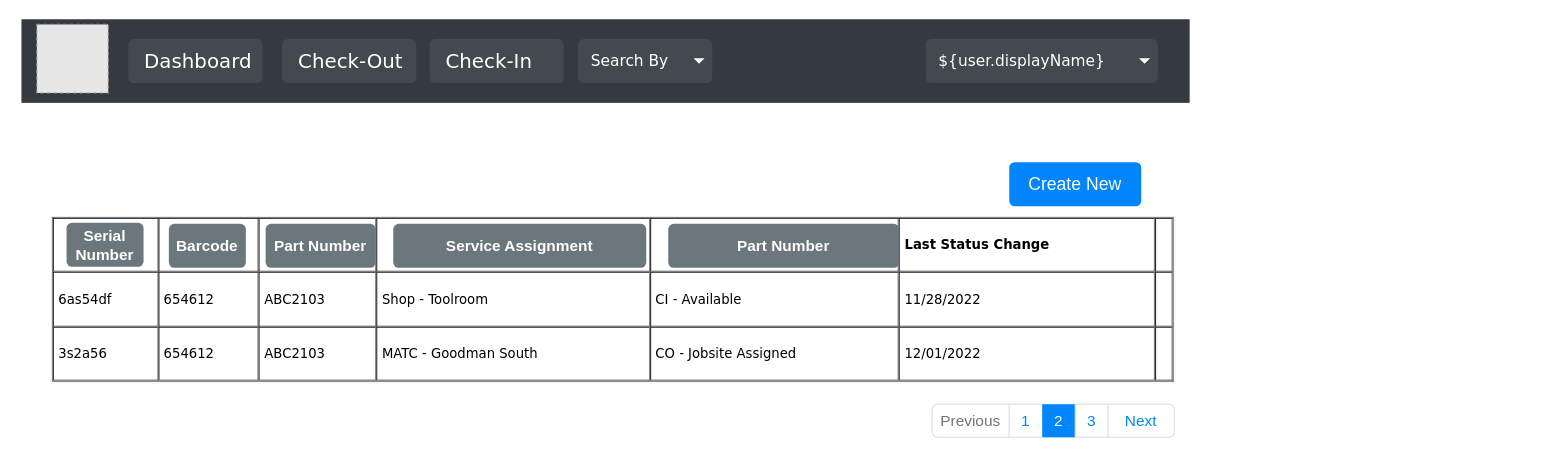
The draw.io diagram page "Dashboard Mockup" (3 of 10) of initialDesign.drawio in DaveLuhman/toolkeeper, before the edit. Source tidied: cells renumbered, new cells numbered last; positions are measured from the earlier drawing's top-left corner, leaving out a move shared by most shapes. Both pictures are drawn from the tidied source at 110%, with x=0, y=0 at pixel (19, 19). Pictures stored in the file or linked from it are replaced by grey dashed boxes.
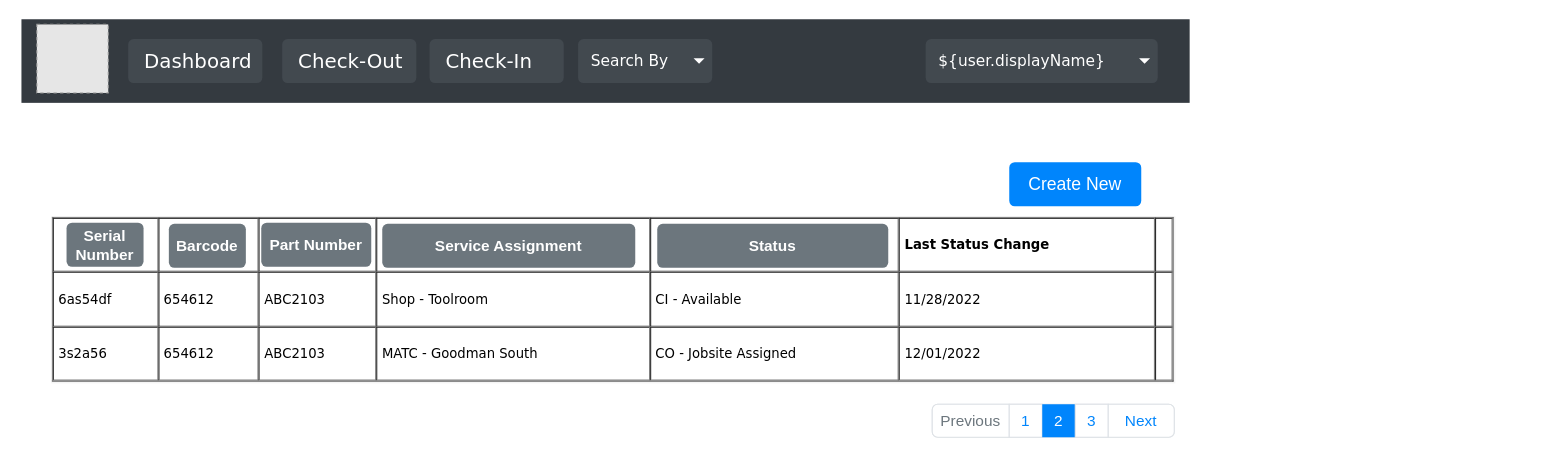
Above is the later version.

The edit, as a diff of the source:
```diff
@@
     <mxCell id="16" value="Part Number" style="html=1;shadow=0;dashed=0;shape=mxgraph.bootstrap.rrect;rSize=5;strokeColor=none;strokeWidth=1;fillColor=#6C767D;fontColor=#FFFFFF;whiteSpace=wrap;align=center;verticalAlign=middle;spacingLeft=0;fontStyle=1;fontSize=14;spacing=5;" parent="1" vertex="1">
-      <mxGeometry x="224" y="186" width="100" height="40" as="geometry" />
+      <mxGeometry x="220" y="185" width="100" height="40" as="geometry" />
     </mxCell>
     <mxCell id="17" value="Service Assignment" style="html=1;shadow=0;dashed=0;shape=mxgraph.bootstrap.rrect;rSize=5;strokeColor=none;strokeWidth=1;fillColor=#6C767D;fontColor=#FFFFFF;whiteSpace=wrap;align=center;verticalAlign=middle;spacingLeft=0;fontStyle=1;fontSize=14;spacing=5;" parent="1" vertex="1">
-      <mxGeometry x="340" y="186" width="230" height="40" as="geometry" />
+      <mxGeometry x="330" y="186" width="230" height="40" as="geometry" />
     </mxCell>
-    <mxCell id="18" value="Part Number" style="html=1;shadow=0;dashed=0;shape=mxgraph.bootstrap.rrect;rSize=5;strokeColor=none;strokeWidth=1;fillColor=#6C767D;fontColor=#FFFFFF;whiteSpace=wrap;align=center;verticalAlign=middle;spacingLeft=0;fontStyle=1;fontSize=14;spacing=5;" parent="1" vertex="1">
-      <mxGeometry x="590" y="186" width="210" height="40" as="geometry" />
+    <mxCell id="18" value="Status" style="html=1;shadow=0;dashed=0;shape=mxgraph.bootstrap.rrect;rSize=5;strokeColor=none;strokeWidth=1;fillColor=#6C767D;fontColor=#FFFFFF;whiteSpace=wrap;align=center;verticalAlign=middle;spacingLeft=0;fontStyle=1;fontSize=14;spacing=5;" parent="1" vertex="1">
+      <mxGeometry x="580" y="186" width="210" height="40" as="geometry" />
     </mxCell>
```
